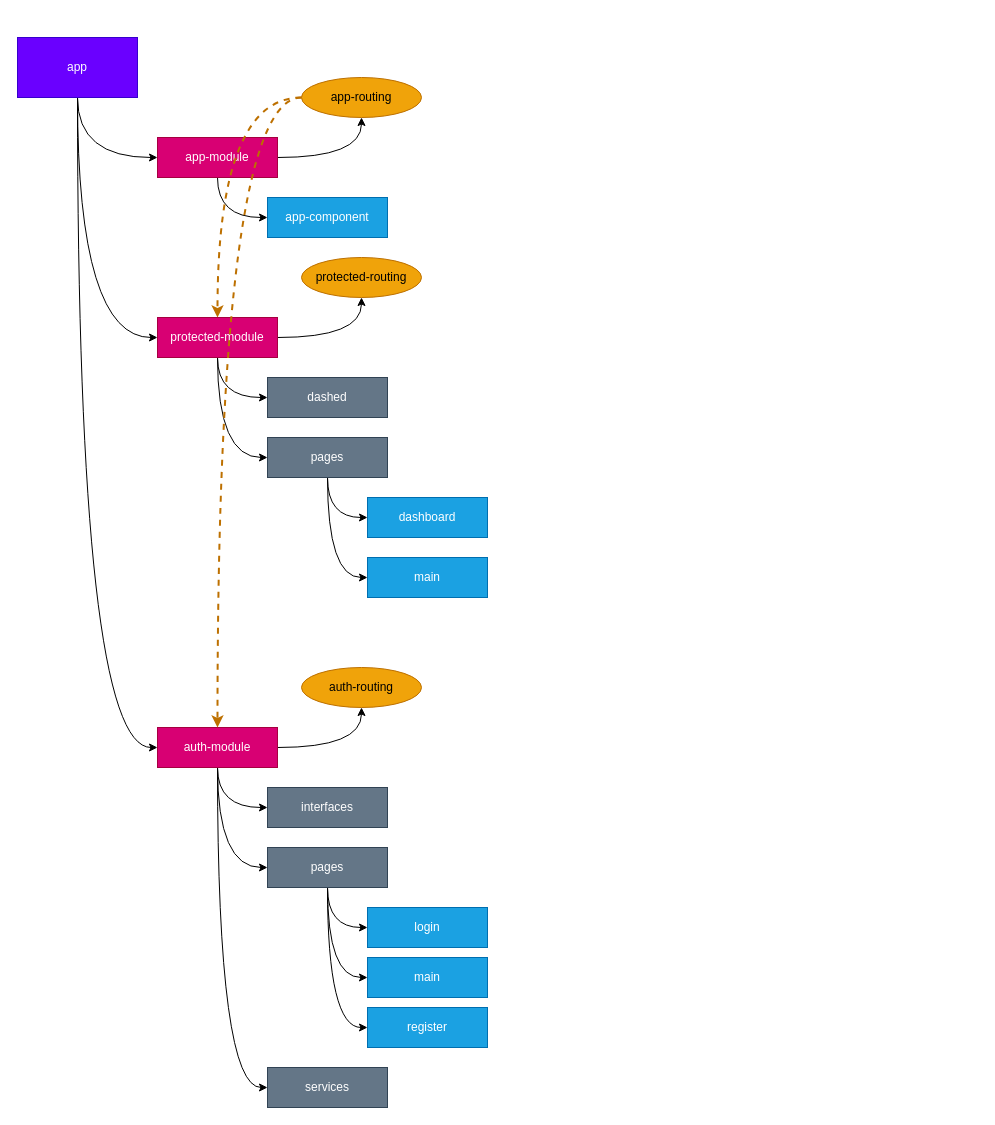
goicoecheagabriel/angular-routing-modular keeps this draw.io diagram as estructura-app.drawio. Above is the earlier version. Source tidied: cells renumbered, new cells numbered last; positions are measured from the earlier drawing's top-left corner, leaving out a move shared by most shapes. Both pictures are drawn from the tidied source at 100%, with x=0, y=0 at pixel (17, 37).
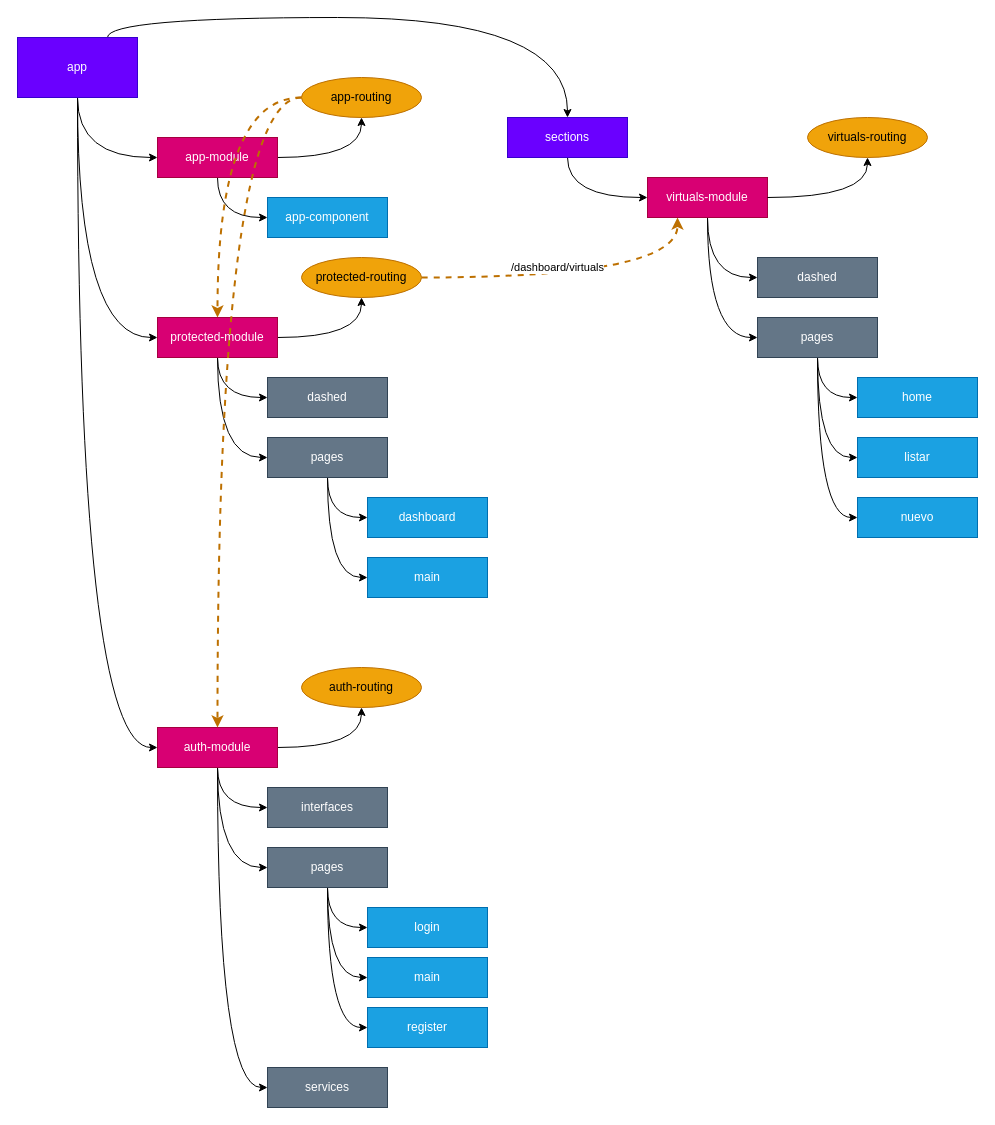
The same diagram, later.

Unchanged cells that the change refers to:
```xml
<mxCell id="5" value="app" style="rounded=0;whiteSpace=wrap;html=1;fillColor=#6a00ff;strokeColor=#3700CC;fontColor=#ffffff;" parent="1" vertex="1">
  <mxGeometry width="120" height="60" as="geometry" />
</mxCell>
<mxCell id="16" value="protected-routing" style="ellipse;whiteSpace=wrap;html=1;fillColor=#f0a30a;strokeColor=#BD7000;fontColor=#000000;" parent="1" vertex="1">
  <mxGeometry x="284" y="220" width="120" height="40" as="geometry" />
</mxCell>
```

What changed in the source:
```diff
@@
+    <mxCell id="39" style="edgeStyle=orthogonalEdgeStyle;rounded=0;jettySize=auto;html=1;exitX=0.75;exitY=0;exitDx=0;exitDy=0;entryX=0.5;entryY=0;entryDx=0;entryDy=0;curved=1;" parent="1" edge="1" source="5" target="42">
+      <mxGeometry relative="1" as="geometry" />
+    </mxCell>
@@
+    <mxCell id="40" value="/dashboard/virtuals" style="edgeStyle=orthogonalEdgeStyle;curved=1;rounded=0;jettySize=auto;html=1;exitX=1;exitY=0.5;exitDx=0;exitDy=0;entryX=0.25;entryY=1;entryDx=0;entryDy=0;dashed=1;strokeColor=#BD7000;strokeWidth=2;fillColor=#f0a30a;" parent="1" edge="1" source="16" target="45">
+      <mxGeometry x="-0.14" y="10" relative="1" as="geometry" />
+    </mxCell>
@@
+    <mxCell id="41" style="edgeStyle=orthogonalEdgeStyle;curved=1;rounded=0;jettySize=auto;html=1;exitX=0.5;exitY=1;exitDx=0;exitDy=0;entryX=0;entryY=0.5;entryDx=0;entryDy=0;" parent="1" edge="1" source="42" target="45">
+      <mxGeometry relative="1" as="geometry" />
+    </mxCell>
+    <mxCell id="42" value="sections" style="rounded=0;whiteSpace=wrap;html=1;fillColor=#6a00ff;strokeColor=#3700CC;fontColor=#ffffff;" parent="1" vertex="1">
+      <mxGeometry x="490" y="80" width="120" height="40" as="geometry" />
+    </mxCell>
+    <mxCell id="43" style="edgeStyle=orthogonalEdgeStyle;curved=1;rounded=0;jettySize=auto;html=1;exitX=0.5;exitY=1;exitDx=0;exitDy=0;entryX=0;entryY=0.5;entryDx=0;entryDy=0;" parent="1" edge="1" source="45" target="48">
+      <mxGeometry relative="1" as="geometry" />
+    </mxCell>
+    <mxCell id="44" style="edgeStyle=orthogonalEdgeStyle;curved=1;rounded=0;jettySize=auto;html=1;exitX=0.5;exitY=1;exitDx=0;exitDy=0;entryX=0;entryY=0.5;entryDx=0;entryDy=0;" parent="1" edge="1" source="45" target="52">
+      <mxGeometry relative="1" as="geometry" />
+    </mxCell>
+    <mxCell id="45" value="virtuals-module" style="rounded=0;whiteSpace=wrap;html=1;fillColor=#d80073;strokeColor=#A50040;fontColor=#ffffff;" parent="1" vertex="1">
+      <mxGeometry x="630" y="140" width="120" height="40" as="geometry" />
+    </mxCell>
+    <mxCell id="46" value="virtuals-routing" style="ellipse;whiteSpace=wrap;html=1;fillColor=#f0a30a;strokeColor=#BD7000;fontColor=#000000;" parent="1" vertex="1">
+      <mxGeometry x="790" y="80" width="120" height="40" as="geometry" />
+    </mxCell>
+    <mxCell id="47" style="edgeStyle=orthogonalEdgeStyle;curved=1;rounded=0;jettySize=auto;html=1;exitX=1;exitY=0.5;exitDx=0;exitDy=0;entryX=0.5;entryY=1;entryDx=0;entryDy=0;" parent="1" edge="1" source="45" target="46">
+      <mxGeometry relative="1" as="geometry" />
+    </mxCell>
+    <mxCell id="48" value="dashed" style="rounded=0;whiteSpace=wrap;html=1;fillColor=#647687;strokeColor=#314354;fontColor=#ffffff;" parent="1" vertex="1">
+      <mxGeometry x="740" y="220" width="120" height="40" as="geometry" />
+    </mxCell>
+    <mxCell id="49" style="edgeStyle=orthogonalEdgeStyle;curved=1;rounded=0;jettySize=auto;html=1;exitX=0.5;exitY=1;exitDx=0;exitDy=0;entryX=0;entryY=0.5;entryDx=0;entryDy=0;" parent="1" edge="1" source="52" target="53">
+      <mxGeometry relative="1" as="geometry" />
+    </mxCell>
+    <mxCell id="50" style="edgeStyle=orthogonalEdgeStyle;curved=1;rounded=0;jettySize=auto;html=1;exitX=0.5;exitY=1;exitDx=0;exitDy=0;entryX=0;entryY=0.5;entryDx=0;entryDy=0;" parent="1" edge="1" source="52" target="54">
+      <mxGeometry relative="1" as="geometry" />
+    </mxCell>
+    <mxCell id="51" style="edgeStyle=orthogonalEdgeStyle;curved=1;rounded=0;jettySize=auto;html=1;exitX=0.5;exitY=1;exitDx=0;exitDy=0;entryX=0;entryY=0.5;entryDx=0;entryDy=0;" parent="1" edge="1" source="52" target="55">
+      <mxGeometry relative="1" as="geometry" />
+    </mxCell>
+    <mxCell id="52" value="pages" style="rounded=0;whiteSpace=wrap;html=1;fillColor=#647687;strokeColor=#314354;fontColor=#ffffff;" parent="1" vertex="1">
+      <mxGeometry x="740" y="280" width="120" height="40" as="geometry" />
+    </mxCell>
+    <mxCell id="53" value="home" style="rounded=0;whiteSpace=wrap;html=1;fillColor=#1ba1e2;strokeColor=#006EAF;fontColor=#ffffff;" parent="1" vertex="1">
+      <mxGeometry x="840" y="340" width="120" height="40" as="geometry" />
+    </mxCell>
+    <mxCell id="54" value="listar" style="rounded=0;whiteSpace=wrap;html=1;fillColor=#1ba1e2;strokeColor=#006EAF;fontColor=#ffffff;" parent="1" vertex="1">
+      <mxGeometry x="840" y="400" width="120" height="40" as="geometry" />
+    </mxCell>
+    <mxCell id="55" value="nuevo" style="rounded=0;whiteSpace=wrap;html=1;fillColor=#1ba1e2;strokeColor=#006EAF;fontColor=#ffffff;" parent="1" vertex="1">
+      <mxGeometry x="840" y="460" width="120" height="40" as="geometry" />
+    </mxCell>
```
